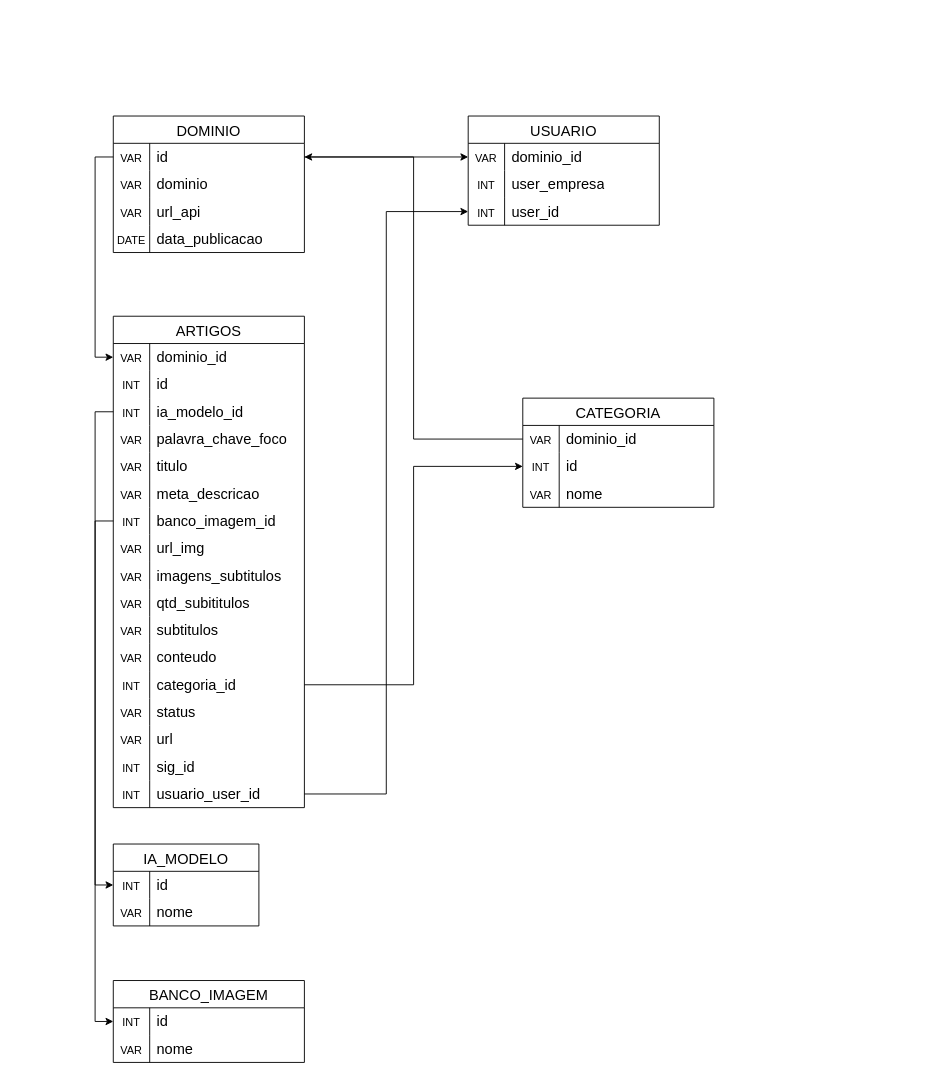
This is Diagrama sem nome.drawio from Carlosllemes/Carlosllemes, a draw.io file, before an edit. Source tidied: cells renumbered, new cells numbered last; positions are measured from the earlier drawing's top-left corner, leaving out a move shared by most shapes. Both pictures are drawn from the tidied source at 91%, with x=0, y=0 at pixel (95, 116).
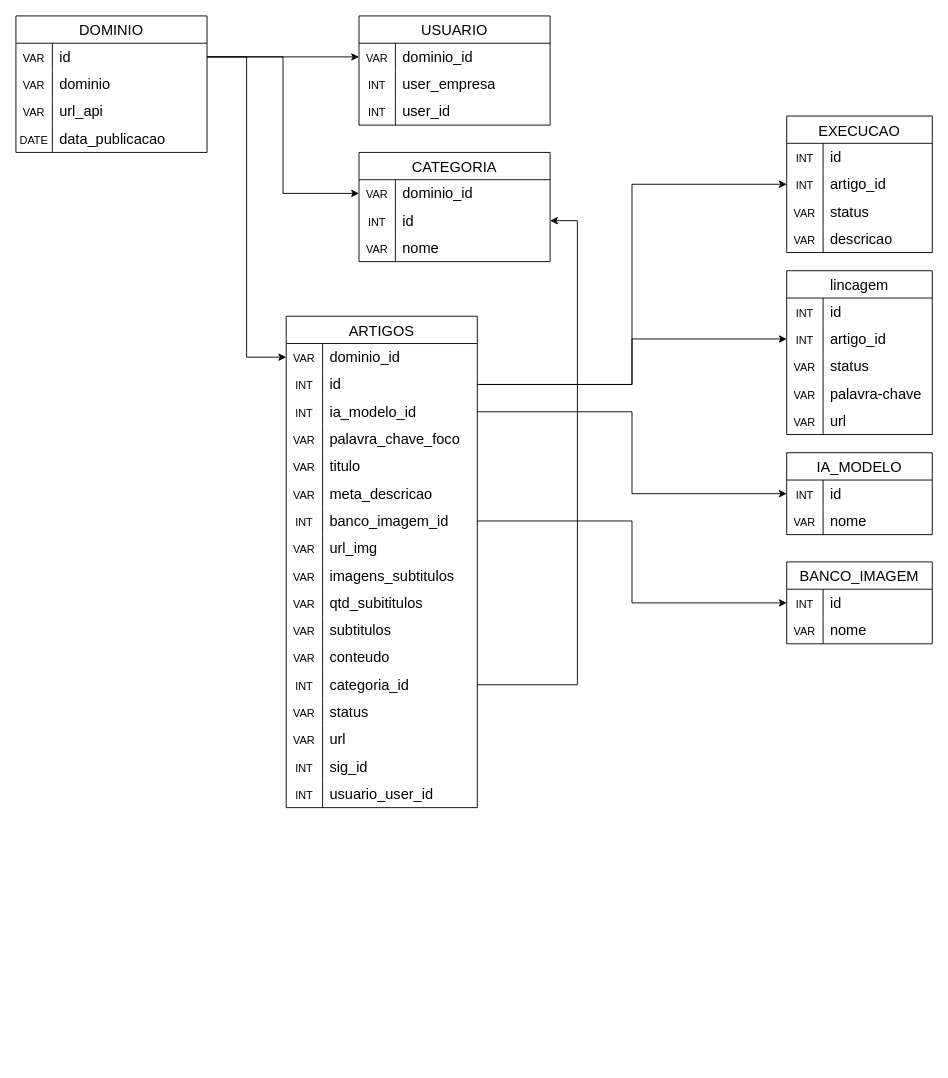
The same page after the edit.

Unchanged cells that the change refers to:
```xml
<mxCell id="3" style="shape=tableRow;horizontal=0;startSize=0;swimlaneHead=0;swimlaneBody=0;top=0;left=0;bottom=0;right=0;fillColor=none;points=[[0,0.5],[1,0.5]];portConstraint=eastwest;strokeColor=inherit;fontSize=16;" parent="2" vertex="1">
  <mxGeometry y="30" width="210" height="30" as="geometry" />
</mxCell>
<mxCell id="16" style="shape=tableRow;horizontal=0;startSize=0;swimlaneHead=0;swimlaneBody=0;top=0;left=0;bottom=0;right=0;fillColor=none;points=[[0,0.5],[1,0.5]];portConstraint=eastwest;strokeColor=inherit;fontSize=16;" parent="15" vertex="1">
  <mxGeometry y="30" width="210" height="30" as="geometry" />
</mxCell>
<mxCell id="22" style="shape=tableRow;horizontal=0;startSize=0;swimlaneHead=0;swimlaneBody=0;top=0;left=0;bottom=0;right=0;fillColor=none;points=[[0,0.5],[1,0.5]];portConstraint=eastwest;strokeColor=inherit;fontSize=16;" parent="15" vertex="1">
  <mxGeometry y="90" width="210" height="30" as="geometry" />
</mxCell>
<mxCell id="27" style="shape=tableRow;horizontal=0;startSize=0;swimlaneHead=0;swimlaneBody=0;top=0;left=0;bottom=0;right=0;fillColor=none;points=[[0,0.5],[1,0.5]];portConstraint=eastwest;strokeColor=inherit;fontSize=16;" parent="26" vertex="1">
  <mxGeometry y="30" width="210" height="30" as="geometry" />
</mxCell>
<mxCell id="30" style="shape=tableRow;horizontal=0;startSize=0;swimlaneHead=0;swimlaneBody=0;top=0;left=0;bottom=0;right=0;fillColor=none;points=[[0,0.5],[1,0.5]];portConstraint=eastwest;strokeColor=inherit;fontSize=16;" parent="26" vertex="1">
  <mxGeometry y="60" width="210" height="30" as="geometry" />
</mxCell>
<mxCell id="33" style="shape=tableRow;horizontal=0;startSize=0;swimlaneHead=0;swimlaneBody=0;top=0;left=0;bottom=0;right=0;fillColor=none;points=[[0,0.5],[1,0.5]];portConstraint=eastwest;strokeColor=inherit;fontSize=16;" parent="26" vertex="1">
  <mxGeometry y="90" width="210" height="30" as="geometry" />
</mxCell>
<mxCell id="45" style="shape=tableRow;horizontal=0;startSize=0;swimlaneHead=0;swimlaneBody=0;top=0;left=0;bottom=0;right=0;fillColor=none;points=[[0,0.5],[1,0.5]];portConstraint=eastwest;strokeColor=inherit;fontSize=16;" parent="26" vertex="1">
  <mxGeometry y="210" width="210" height="30" as="geometry" />
</mxCell>
<mxCell id="63" style="shape=tableRow;horizontal=0;startSize=0;swimlaneHead=0;swimlaneBody=0;top=0;left=0;bottom=0;right=0;fillColor=none;points=[[0,0.5],[1,0.5]];portConstraint=eastwest;strokeColor=inherit;fontSize=16;" parent="26" vertex="1">
  <mxGeometry y="390" width="210" height="30" as="geometry" />
</mxCell>
<mxCell id="75" style="shape=tableRow;horizontal=0;startSize=0;swimlaneHead=0;swimlaneBody=0;top=0;left=0;bottom=0;right=0;fillColor=none;points=[[0,0.5],[1,0.5]];portConstraint=eastwest;strokeColor=inherit;fontSize=16;" parent="26" vertex="1">
  <mxGeometry y="510" width="210" height="30" as="geometry" />
</mxCell>
<mxCell id="80" style="shape=tableRow;horizontal=0;startSize=0;swimlaneHead=0;swimlaneBody=0;top=0;left=0;bottom=0;right=0;fillColor=none;points=[[0,0.5],[1,0.5]];portConstraint=eastwest;strokeColor=inherit;fontSize=16;" parent="79" vertex="1">
  <mxGeometry y="30" width="160" height="30" as="geometry" />
</mxCell>
<mxCell id="97" style="shape=tableRow;horizontal=0;startSize=0;swimlaneHead=0;swimlaneBody=0;top=0;left=0;bottom=0;right=0;fillColor=none;points=[[0,0.5],[1,0.5]];portConstraint=eastwest;strokeColor=inherit;fontSize=16;" parent="96" vertex="1">
  <mxGeometry y="30" width="210" height="30" as="geometry" />
</mxCell>
<mxCell id="100" style="shape=tableRow;horizontal=0;startSize=0;swimlaneHead=0;swimlaneBody=0;top=0;left=0;bottom=0;right=0;fillColor=none;points=[[0,0.5],[1,0.5]];portConstraint=eastwest;strokeColor=inherit;fontSize=16;" parent="96" vertex="1">
  <mxGeometry y="60" width="210" height="30" as="geometry" />
</mxCell>
```

Diff of the diagram source:
```diff
@@
     <mxCell id="2" value="DOMINIO" style="shape=table;startSize=30;childLayout=tableLayout;rowLines=0;fontStyle=0;strokeColor=default;fontSize=16;" parent="1" vertex="1">
-      <mxGeometry x="20" width="210" height="150" as="geometry" />
+      <mxGeometry x="-87" y="-110" width="210" height="150" as="geometry" />
     </mxCell>
@@
     <mxCell id="15" value="USUARIO" style="shape=table;startSize=30;childLayout=tableLayout;rowLines=0;fontStyle=0;strokeColor=default;fontSize=16;" parent="1" vertex="1">
-      <mxGeometry x="410" width="210" height="120" as="geometry" />
+      <mxGeometry x="290" y="-110" width="210" height="120" as="geometry" />
     </mxCell>
@@
-    <mxCell id="25" style="edgeStyle=orthogonalEdgeStyle;rounded=0;jettySize=auto;html=1;" parent="1" edge="1" source="3" target="16">
-      <mxGeometry relative="1" as="geometry" />
-    </mxCell>
     <mxCell id="26" value="ARTIGOS" style="shape=table;startSize=30;childLayout=tableLayout;rowLines=0;fontStyle=0;strokeColor=default;fontSize=16;" parent="1" vertex="1">
-      <mxGeometry x="20" y="220" width="210" height="540" as="geometry" />
+      <mxGeometry x="210" y="220" width="210" height="540" as="geometry" />
     </mxCell>
@@
-    <mxCell id="78" style="edgeStyle=orthogonalEdgeStyle;rounded=0;jettySize=auto;html=1;entryX=0;entryY=0.5;entryDx=0;entryDy=0;" parent="1" edge="1" source="3" target="27">
-      <mxGeometry relative="1" as="geometry">
-        <Array as="points">
-          <mxPoint y="45" />
-          <mxPoint y="265" />
-        </Array>
-      </mxGeometry>
-    </mxCell>
     <mxCell id="79" value="IA_MODELO" style="shape=table;startSize=30;childLayout=tableLayout;rowLines=0;fontStyle=0;strokeColor=default;fontSize=16;" parent="1" vertex="1">
-      <mxGeometry x="20" y="800" width="160" height="90" as="geometry" />
+      <mxGeometry x="760" y="370" width="160" height="90" as="geometry" />
     </mxCell>
@@
     <mxCell id="86" value="BANCO_IMAGEM" style="shape=table;startSize=30;childLayout=tableLayout;rowLines=0;fontStyle=0;strokeColor=default;fontSize=16;" parent="1" vertex="1">
-      <mxGeometry x="20" y="950" width="210" height="90" as="geometry" />
+      <mxGeometry x="760" y="490" width="160" height="90" as="geometry" />
     </mxCell>
     <mxCell id="87" style="shape=tableRow;horizontal=0;startSize=0;swimlaneHead=0;swimlaneBody=0;top=0;left=0;bottom=0;right=0;fillColor=none;points=[[0,0.5],[1,0.5]];portConstraint=eastwest;strokeColor=inherit;fontSize=16;" parent="86" vertex="1">
-      <mxGeometry y="30" width="210" height="30" as="geometry" />
+      <mxGeometry y="30" width="160" height="30" as="geometry" />
     </mxCell>
@@
     <mxCell id="89" value="id" style="shape=partialRectangle;html=1;whiteSpace=wrap;fillColor=none;top=0;left=0;bottom=0;right=0;align=left;spacingLeft=6;overflow=hidden;strokeColor=inherit;fontSize=16;" parent="87" vertex="1">
-      <mxGeometry x="40" width="170" height="30" as="geometry" />
+      <mxGeometry x="40" width="120" height="30" as="geometry" />
     </mxCell>
     <mxCell id="90" style="shape=tableRow;horizontal=0;startSize=0;swimlaneHead=0;swimlaneBody=0;top=0;left=0;bottom=0;right=0;fillColor=none;strokeColor=inherit;fontSize=16;" parent="86" vertex="1">
-      <mxGeometry y="60" width="210" height="30" as="geometry" />
+      <mxGeometry y="60" width="160" height="30" as="geometry" />
     </mxCell>
@@
     <mxCell id="92" value="nome" style="shape=partialRectangle;html=1;whiteSpace=wrap;fillColor=none;top=0;left=0;bottom=0;right=0;align=left;spacingLeft=6;overflow=hidden;strokeColor=inherit;fontSize=16;" parent="90" vertex="1">
-      <mxGeometry x="40" width="170" height="30" as="geometry" />
+      <mxGeometry x="40" width="120" height="30" as="geometry" />
     </mxCell>
-    <mxCell id="93" style="edgeStyle=orthogonalEdgeStyle;rounded=0;jettySize=auto;html=1;entryX=0;entryY=0.5;entryDx=0;entryDy=0;" parent="1" edge="1" source="75" target="22">
-      <mxGeometry relative="1" as="geometry" />
-    </mxCell>
-    <mxCell id="94" style="edgeStyle=orthogonalEdgeStyle;rounded=0;jettySize=auto;html=1;entryX=0;entryY=0.5;entryDx=0;entryDy=0;" parent="1" edge="1" source="33" target="80">
-      <mxGeometry relative="1" as="geometry" />
-    </mxCell>
-    <mxCell id="95" style="edgeStyle=orthogonalEdgeStyle;rounded=0;jettySize=auto;html=1;entryX=0;entryY=0.5;entryDx=0;entryDy=0;" parent="1" edge="1" source="45" target="87">
-      <mxGeometry relative="1" as="geometry" />
-    </mxCell>
     <mxCell id="96" value="CATEGORIA" style="shape=table;startSize=30;childLayout=tableLayout;rowLines=0;fontStyle=0;strokeColor=default;fontSize=16;" parent="1" vertex="1">
-      <mxGeometry x="470" y="310" width="210" height="120" as="geometry" />
+      <mxGeometry x="290" y="40" width="210" height="120" as="geometry" />
     </mxCell>
@@
+    <mxCell id="25" style="edgeStyle=orthogonalEdgeStyle;rounded=0;jettySize=auto;html=1;" parent="1" edge="1" source="3" target="16">
+      <mxGeometry relative="1" as="geometry" />
+    </mxCell>
+    <mxCell id="108" style="edgeStyle=orthogonalEdgeStyle;rounded=0;jettySize=auto;html=1;entryX=0;entryY=0.5;entryDx=0;entryDy=0;" parent="1" edge="1" source="3" target="97">
+      <mxGeometry relative="1" as="geometry" />
+    </mxCell>
+    <mxCell id="78" style="edgeStyle=orthogonalEdgeStyle;rounded=0;jettySize=auto;html=1;entryX=0;entryY=0.5;entryDx=0;entryDy=0;" parent="1" edge="1" source="3" target="27">
+      <mxGeometry relative="1" as="geometry" />
+    </mxCell>
-    <mxCell id="106" style="edgeStyle=orthogonalEdgeStyle;rounded=0;jettySize=auto;html=1;entryX=0;entryY=0.5;entryDx=0;entryDy=0;" parent="1" edge="1" source="63" target="100">
-      <mxGeometry relative="1" as="geometry" />
+    <mxCell id="106" style="edgeStyle=orthogonalEdgeStyle;rounded=0;jettySize=auto;html=1;" parent="1" edge="1" source="63" target="100">
+      <mxGeometry relative="1" as="geometry">
+        <Array as="points">
+          <mxPoint x="530" y="625" />
+          <mxPoint x="530" y="115" />
+        </Array>
+      </mxGeometry>
     </mxCell>
-    <mxCell id="107" style="edgeStyle=orthogonalEdgeStyle;rounded=0;jettySize=auto;html=1;entryX=1;entryY=0.5;entryDx=0;entryDy=0;" parent="1" edge="1" source="97" target="3">
-      <mxGeometry relative="1" as="geometry">
-        <Array as="points">
-          <mxPoint x="350" y="355" />
-          <mxPoint x="350" y="45" />
-        </Array>
-      </mxGeometry>
-    </mxCell>
+    <mxCell id="94" style="edgeStyle=orthogonalEdgeStyle;rounded=0;jettySize=auto;html=1;entryX=0;entryY=0.5;entryDx=0;entryDy=0;" parent="1" edge="1" source="33" target="80">
+      <mxGeometry relative="1" as="geometry" />
+    </mxCell>
+    <mxCell id="95" style="edgeStyle=orthogonalEdgeStyle;rounded=0;jettySize=auto;html=1;entryX=0;entryY=0.5;entryDx=0;entryDy=0;" parent="1" edge="1" source="45" target="87">
+      <mxGeometry relative="1" as="geometry" />
+    </mxCell>
+    <mxCell id="109" value="EXECUCAO" style="shape=table;startSize=30;childLayout=tableLayout;rowLines=0;fontStyle=0;strokeColor=default;fontSize=16;" parent="1" vertex="1">
+      <mxGeometry x="760" width="160" height="150" as="geometry" />
+    </mxCell>
+    <mxCell id="110" style="shape=tableRow;horizontal=0;startSize=0;swimlaneHead=0;swimlaneBody=0;top=0;left=0;bottom=0;right=0;fillColor=none;strokeColor=inherit;fontSize=16;" parent="109" vertex="1">
+      <mxGeometry y="30" width="160" height="30" as="geometry" />
+    </mxCell>
+    <mxCell id="111" value="&lt;font style=&quot;font-size: 12px;&quot;&gt;INT&lt;/font&gt;" style="shape=partialRectangle;html=1;whiteSpace=wrap;fillColor=none;top=0;left=0;bottom=0;right=0;overflow=hidden;strokeColor=inherit;fontSize=16;strokeWidth=1;" parent="110" vertex="1">
+      <mxGeometry width="40" height="30" as="geometry" />
+    </mxCell>
+    <mxCell id="112" value="id" style="shape=partialRectangle;html=1;whiteSpace=wrap;fillColor=none;top=0;left=0;bottom=0;right=0;align=left;spacingLeft=6;overflow=hidden;strokeColor=inherit;fontSize=16;" parent="110" vertex="1">
+      <mxGeometry x="40" width="120" height="30" as="geometry" />
+    </mxCell>
+    <mxCell id="113" style="shape=tableRow;horizontal=0;startSize=0;swimlaneHead=0;swimlaneBody=0;top=0;left=0;bottom=0;right=0;fillColor=none;points=[[0,0.5],[1,0.5]];portConstraint=eastwest;strokeColor=inherit;fontSize=16;" parent="109" vertex="1">
+      <mxGeometry y="60" width="160" height="30" as="geometry" />
+    </mxCell>
+    <mxCell id="114" value="&lt;span style=&quot;font-size: 12px;&quot;&gt;INT&lt;/span&gt;" style="shape=partialRectangle;html=1;whiteSpace=wrap;fillColor=none;top=0;left=0;bottom=0;right=0;overflow=hidden;strokeColor=inherit;fontSize=16;" parent="113" vertex="1">
+      <mxGeometry width="40" height="30" as="geometry" />
+    </mxCell>
+    <mxCell id="115" value="artigo_id" style="shape=partialRectangle;html=1;whiteSpace=wrap;fillColor=none;top=0;left=0;bottom=0;right=0;align=left;spacingLeft=6;overflow=hidden;strokeColor=inherit;fontSize=16;" parent="113" vertex="1">
+      <mxGeometry x="40" width="120" height="30" as="geometry" />
+    </mxCell>
+    <mxCell id="116" style="shape=tableRow;horizontal=0;startSize=0;swimlaneHead=0;swimlaneBody=0;top=0;left=0;bottom=0;right=0;fillColor=none;strokeColor=inherit;fontSize=16;" parent="109" vertex="1">
+      <mxGeometry y="90" width="160" height="30" as="geometry" />
+    </mxCell>
+    <mxCell id="117" value="&lt;span style=&quot;font-size: 12px;&quot;&gt;VAR&lt;/span&gt;" style="shape=partialRectangle;html=1;whiteSpace=wrap;fillColor=none;top=0;left=0;bottom=0;right=0;overflow=hidden;strokeColor=inherit;fontSize=16;" parent="116" vertex="1">
+      <mxGeometry width="40" height="30" as="geometry" />
+    </mxCell>
+    <mxCell id="118" value="status" style="shape=partialRectangle;html=1;whiteSpace=wrap;fillColor=none;top=0;left=0;bottom=0;right=0;align=left;spacingLeft=6;overflow=hidden;strokeColor=inherit;fontSize=16;" parent="116" vertex="1">
+      <mxGeometry x="40" width="120" height="30" as="geometry" />
+    </mxCell>
+    <mxCell id="119" style="shape=tableRow;horizontal=0;startSize=0;swimlaneHead=0;swimlaneBody=0;top=0;left=0;bottom=0;right=0;fillColor=none;strokeColor=inherit;fontSize=16;" parent="109" vertex="1">
+      <mxGeometry y="120" width="160" height="30" as="geometry" />
+    </mxCell>
+    <mxCell id="120" value="&lt;span style=&quot;font-size: 12px;&quot;&gt;VAR&lt;/span&gt;" style="shape=partialRectangle;html=1;whiteSpace=wrap;fillColor=none;top=0;left=0;bottom=0;right=0;overflow=hidden;strokeColor=inherit;fontSize=16;" parent="119" vertex="1">
+      <mxGeometry width="40" height="30" as="geometry" />
+    </mxCell>
+    <mxCell id="121" value="descricao" style="shape=partialRectangle;html=1;whiteSpace=wrap;fillColor=none;top=0;left=0;bottom=0;right=0;align=left;spacingLeft=6;overflow=hidden;strokeColor=inherit;fontSize=16;" parent="119" vertex="1">
+      <mxGeometry x="40" width="120" height="30" as="geometry" />
+    </mxCell>
+    <mxCell id="122" style="edgeStyle=orthogonalEdgeStyle;rounded=0;jettySize=auto;html=1;entryX=0;entryY=0.5;entryDx=0;entryDy=0;" parent="1" edge="1" source="30" target="113">
+      <mxGeometry relative="1" as="geometry" />
+    </mxCell>
+    <mxCell id="123" value="lincagem" style="shape=table;startSize=30;childLayout=tableLayout;rowLines=0;fontStyle=0;strokeColor=default;fontSize=16;" parent="1" vertex="1">
+      <mxGeometry x="760" y="170" width="160" height="180" as="geometry" />
+    </mxCell>
+    <mxCell id="124" style="shape=tableRow;horizontal=0;startSize=0;swimlaneHead=0;swimlaneBody=0;top=0;left=0;bottom=0;right=0;fillColor=none;strokeColor=inherit;fontSize=16;" parent="123" vertex="1">
+      <mxGeometry y="30" width="160" height="30" as="geometry" />
+    </mxCell>
+    <mxCell id="125" value="&lt;font style=&quot;font-size: 12px;&quot;&gt;INT&lt;/font&gt;" style="shape=partialRectangle;html=1;whiteSpace=wrap;fillColor=none;top=0;left=0;bottom=0;right=0;overflow=hidden;strokeColor=inherit;fontSize=16;strokeWidth=1;" parent="124" vertex="1">
+      <mxGeometry width="40" height="30" as="geometry" />
+    </mxCell>
+    <mxCell id="126" value="id" style="shape=partialRectangle;html=1;whiteSpace=wrap;fillColor=none;top=0;left=0;bottom=0;right=0;align=left;spacingLeft=6;overflow=hidden;strokeColor=inherit;fontSize=16;" parent="124" vertex="1">
+      <mxGeometry x="40" width="120" height="30" as="geometry" />
+    </mxCell>
+    <mxCell id="127" style="shape=tableRow;horizontal=0;startSize=0;swimlaneHead=0;swimlaneBody=0;top=0;left=0;bottom=0;right=0;fillColor=none;points=[[0,0.5],[1,0.5]];portConstraint=eastwest;strokeColor=inherit;fontSize=16;" parent="123" vertex="1">
+      <mxGeometry y="60" width="160" height="30" as="geometry" />
+    </mxCell>
+    <mxCell id="128" value="&lt;span style=&quot;font-size: 12px;&quot;&gt;INT&lt;/span&gt;" style="shape=partialRectangle;html=1;whiteSpace=wrap;fillColor=none;top=0;left=0;bottom=0;right=0;overflow=hidden;strokeColor=inherit;fontSize=16;" parent="127" vertex="1">
+      <mxGeometry width="40" height="30" as="geometry" />
+    </mxCell>
+    <mxCell id="129" value="artigo_id" style="shape=partialRectangle;html=1;whiteSpace=wrap;fillColor=none;top=0;left=0;bottom=0;right=0;align=left;spacingLeft=6;overflow=hidden;strokeColor=inherit;fontSize=16;" parent="127" vertex="1">
+      <mxGeometry x="40" width="120" height="30" as="geometry" />
+    </mxCell>
+    <mxCell id="130" style="shape=tableRow;horizontal=0;startSize=0;swimlaneHead=0;swimlaneBody=0;top=0;left=0;bottom=0;right=0;fillColor=none;strokeColor=inherit;fontSize=16;" parent="123" vertex="1">
+      <mxGeometry y="90" width="160" height="30" as="geometry" />
+    </mxCell>
+    <mxCell id="131" value="&lt;span style=&quot;font-size: 12px;&quot;&gt;VAR&lt;/span&gt;" style="shape=partialRectangle;html=1;whiteSpace=wrap;fillColor=none;top=0;left=0;bottom=0;right=0;overflow=hidden;strokeColor=inherit;fontSize=16;" parent="130" vertex="1">
+      <mxGeometry width="40" height="30" as="geometry" />
+    </mxCell>
+    <mxCell id="132" value="status" style="shape=partialRectangle;html=1;whiteSpace=wrap;fillColor=none;top=0;left=0;bottom=0;right=0;align=left;spacingLeft=6;overflow=hidden;strokeColor=inherit;fontSize=16;" parent="130" vertex="1">
+      <mxGeometry x="40" width="120" height="30" as="geometry" />
+    </mxCell>
+    <mxCell id="133" style="shape=tableRow;horizontal=0;startSize=0;swimlaneHead=0;swimlaneBody=0;top=0;left=0;bottom=0;right=0;fillColor=none;strokeColor=inherit;fontSize=16;" parent="123" vertex="1">
+      <mxGeometry y="120" width="160" height="30" as="geometry" />
+    </mxCell>
+    <mxCell id="134" value="&lt;span style=&quot;font-size: 12px;&quot;&gt;VAR&lt;/span&gt;" style="shape=partialRectangle;html=1;whiteSpace=wrap;fillColor=none;top=0;left=0;bottom=0;right=0;overflow=hidden;strokeColor=inherit;fontSize=16;" parent="133" vertex="1">
+      <mxGeometry width="40" height="30" as="geometry" />
+    </mxCell>
+    <mxCell id="135" value="palavra-chave" style="shape=partialRectangle;html=1;whiteSpace=wrap;fillColor=none;top=0;left=0;bottom=0;right=0;align=left;spacingLeft=6;overflow=hidden;strokeColor=inherit;fontSize=16;" parent="133" vertex="1">
+      <mxGeometry x="40" width="120" height="30" as="geometry" />
+    </mxCell>
+    <mxCell id="136" style="shape=tableRow;horizontal=0;startSize=0;swimlaneHead=0;swimlaneBody=0;top=0;left=0;bottom=0;right=0;fillColor=none;strokeColor=inherit;fontSize=16;" parent="123" vertex="1">
+      <mxGeometry y="150" width="160" height="30" as="geometry" />
+    </mxCell>
+    <mxCell id="137" value="&lt;span style=&quot;font-size: 12px;&quot;&gt;VAR&lt;/span&gt;" style="shape=partialRectangle;html=1;whiteSpace=wrap;fillColor=none;top=0;left=0;bottom=0;right=0;overflow=hidden;strokeColor=inherit;fontSize=16;" parent="136" vertex="1">
+      <mxGeometry width="40" height="30" as="geometry" />
+    </mxCell>
+    <mxCell id="138" value="url" style="shape=partialRectangle;html=1;whiteSpace=wrap;fillColor=none;top=0;left=0;bottom=0;right=0;align=left;spacingLeft=6;overflow=hidden;strokeColor=inherit;fontSize=16;" parent="136" vertex="1">
+      <mxGeometry x="40" width="120" height="30" as="geometry" />
+    </mxCell>
+    <mxCell id="139" style="edgeStyle=orthogonalEdgeStyle;rounded=0;jettySize=auto;html=1;entryX=0;entryY=0.5;entryDx=0;entryDy=0;" parent="1" edge="1" source="30" target="127">
+      <mxGeometry relative="1" as="geometry" />
+    </mxCell>
```
